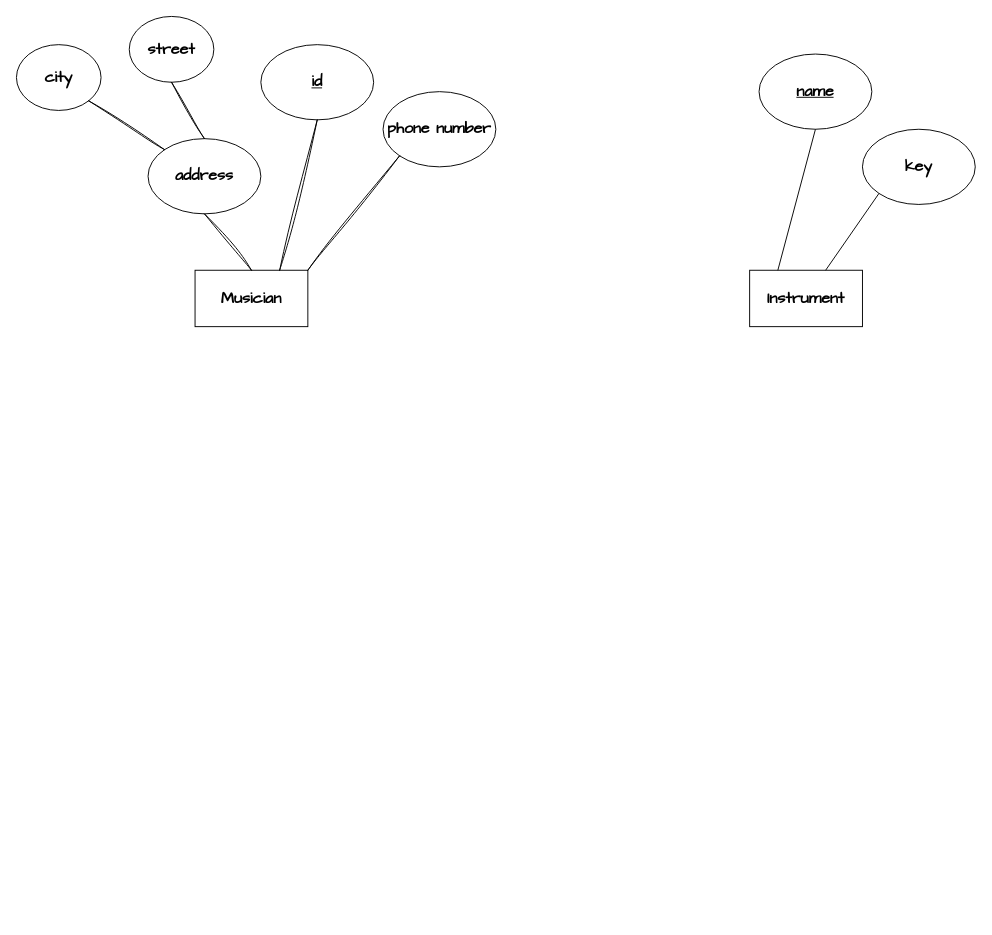
The draw.io diagram Erd2.drawio in you22ef/ERDs, before the edit. Source tidied: cells renumbered, new cells numbered last; positions are measured from the earlier drawing's top-left corner, leaving out a move shared by most shapes. Both pictures are drawn from the tidied source at 94%, with x=0, y=0 at pixel (16, 16).
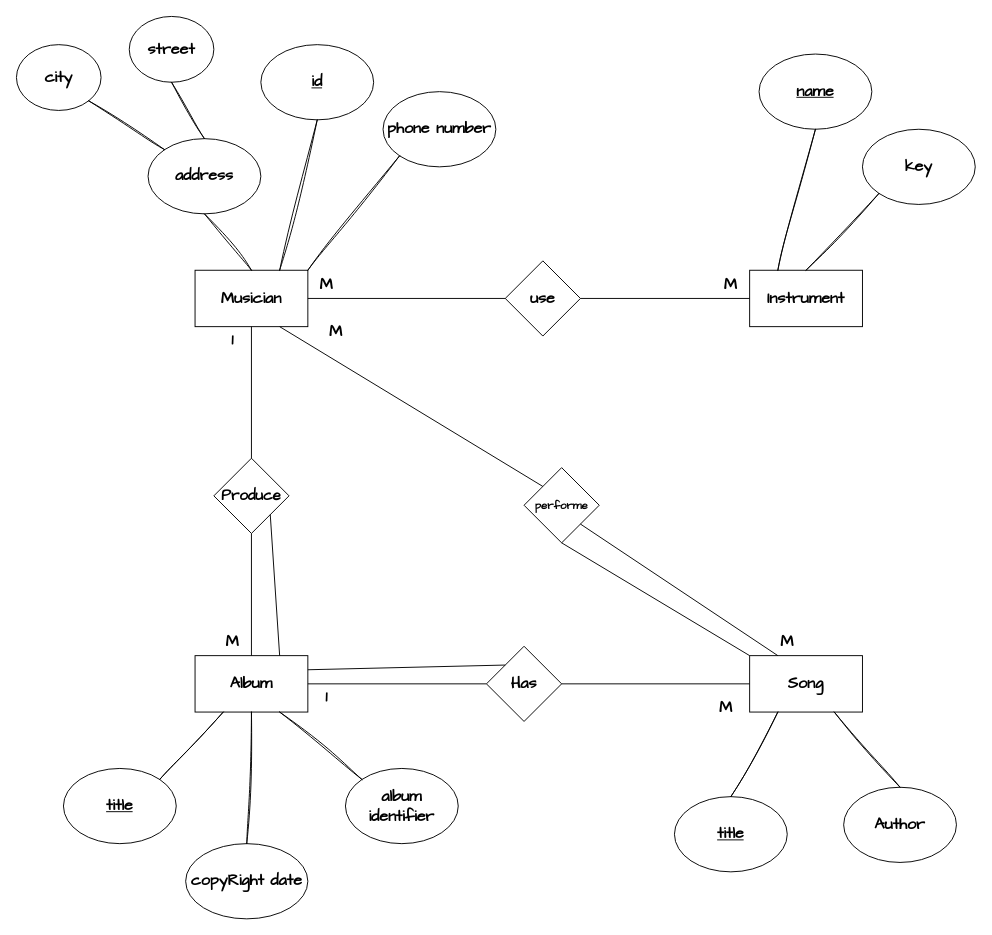
Above is the later version.

Unchanged cells that the change refers to:
```xml
<mxCell id="3" value="&lt;b style=&quot;font-family: &amp;quot;Architects Daughter&amp;quot;; font-size: 17px; white-space-collapse: preserve;&quot;&gt;Musician&lt;/b&gt;" style="rounded=0;whiteSpace=wrap;html=1;" parent="1" vertex="1">
  <mxGeometry x="190" y="270" width="120" height="60" as="geometry" />
</mxCell>
<mxCell id="13" value="&lt;b style=&quot;font-family: &amp;quot;Architects Daughter&amp;quot;; font-size: 17px; white-space-collapse: preserve;&quot;&gt;Instrument&lt;/b&gt;" style="rounded=0;whiteSpace=wrap;html=1;" parent="1" vertex="1">
  <mxGeometry x="780" y="270" width="120" height="60" as="geometry" />
</mxCell>
<mxCell id="14" value="&lt;span id=&quot;docs-internal-guid-82c6cc08-7fff-a99c-3e81-df709c26ebbc&quot;&gt;&lt;span style=&quot;background-color: transparent; font-variant-numeric: normal; font-variant-east-asian: normal; font-variant-alternates: normal; font-variant-position: normal; vertical-align: baseline; white-space-collapse: preserve;&quot;&gt;&lt;font face=&quot;Architects Daughter&quot; style=&quot;font-size: 17px;&quot;&gt;&lt;b&gt;key&lt;/b&gt;&lt;/font&gt;&lt;/span&gt;&lt;/span&gt;" style="ellipse;whiteSpace=wrap;html=1;" parent="1" vertex="1">
  <mxGeometry x="900" y="120" width="120" height="80" as="geometry" />
</mxCell>
<mxCell id="15" value="&lt;font face=&quot;Architects Daughter&quot; style=&quot;font-size: 17px;&quot;&gt;&lt;b&gt;&lt;u&gt;name&lt;/u&gt;&lt;/b&gt;&lt;/font&gt;" style="ellipse;whiteSpace=wrap;html=1;" parent="1" vertex="1">
  <mxGeometry x="790" y="40" width="120" height="80" as="geometry" />
</mxCell>
```

Change to the diagram source:
```diff
@@
-    <mxCell id="16" style="endArrow=none;html=1;rounded=0;entryX=0.5;entryY=1;entryDx=0;entryDy=0;exitX=0.25;exitY=0;exitDx=0;exitDy=0;" parent="1" edge="1" source="13" target="15">
+    <mxCell id="16" style="endArrow=none;html=1;rounded=0;entryX=0.5;entryY=1;entryDx=0;entryDy=0;exitX=0.25;exitY=0;exitDx=0;exitDy=0;sketch=1;curveFitting=1;jiggle=2;" parent="1" edge="1" source="13" target="15">
       <mxGeometry relative="1" as="geometry" />
     </mxCell>
-    <mxCell id="17" style="endArrow=none;html=1;rounded=0;entryX=0;entryY=1;entryDx=0;entryDy=0;" parent="1" edge="1" source="13" target="14">
+    <mxCell id="17" style="endArrow=none;html=1;rounded=0;entryX=0;entryY=1;entryDx=0;entryDy=0;exitX=0.5;exitY=0;exitDx=0;exitDy=0;sketch=1;curveFitting=1;jiggle=2;" parent="1" edge="1" source="13" target="14">
       <mxGeometry relative="1" as="geometry" />
     </mxCell>
+    <mxCell id="18" value="&lt;font style=&quot;font-size: 17px;&quot; face=&quot;Architects Daughter&quot;&gt;&lt;b&gt;use&lt;/b&gt;&lt;/font&gt;" style="rhombus;whiteSpace=wrap;html=1;" parent="1" vertex="1">
+      <mxGeometry x="520" y="260" width="80" height="80" as="geometry" />
+    </mxCell>
+    <mxCell id="19" style="endArrow=none;html=1;rounded=0;entryX=1;entryY=0.5;entryDx=0;entryDy=0;exitX=0;exitY=0.5;exitDx=0;exitDy=0;" parent="1" edge="1" source="18" target="3">
+      <mxGeometry relative="1" as="geometry" />
+    </mxCell>
+    <mxCell id="20" style="endArrow=none;html=1;rounded=0;entryX=1;entryY=0.5;entryDx=0;entryDy=0;exitX=0;exitY=0.5;exitDx=0;exitDy=0;" parent="1" edge="1" source="13" target="18">
+      <mxGeometry relative="1" as="geometry" />
+    </mxCell>
+    <mxCell id="21" value="&lt;font size=&quot;1&quot; face=&quot;Architects Daughter&quot;&gt;&lt;b style=&quot;font-size: 16px;&quot;&gt;Produce&lt;/b&gt;&lt;/font&gt;" style="rhombus;whiteSpace=wrap;html=1;" parent="1" vertex="1">
+      <mxGeometry x="210" y="470" width="80" height="80" as="geometry" />
+    </mxCell>
+    <mxCell id="22" style="endArrow=none;html=1;rounded=0;entryX=0.5;entryY=1;entryDx=0;entryDy=0;exitX=0.5;exitY=0;exitDx=0;exitDy=0;" parent="1" edge="1" source="21" target="3">
+      <mxGeometry relative="1" as="geometry" />
+    </mxCell>
+    <mxCell id="23" value="&lt;b style=&quot;font-family: &amp;quot;Architects Daughter&amp;quot;; font-size: 17px; white-space-collapse: preserve;&quot;&gt;Album&lt;/b&gt;" style="rounded=0;whiteSpace=wrap;html=1;" parent="1" vertex="1">
+      <mxGeometry x="190" y="680" width="120" height="60" as="geometry" />
+    </mxCell>
+    <mxCell id="24" style="endArrow=none;html=1;rounded=0;entryX=0.5;entryY=1;entryDx=0;entryDy=0;exitX=0.5;exitY=0;exitDx=0;exitDy=0;" parent="1" edge="1" source="23" target="21">
+      <mxGeometry relative="1" as="geometry" />
+    </mxCell>
+    <mxCell id="25" value="&lt;span id=&quot;docs-internal-guid-b02465c9-7fff-04e4-41f6-fbca4afa2017&quot;&gt;&lt;span style=&quot;background-color: transparent; font-variant-numeric: normal; font-variant-east-asian: normal; font-variant-alternates: normal; font-variant-position: normal; vertical-align: baseline; white-space-collapse: preserve;&quot;&gt;&lt;font style=&quot;font-size: 17px;&quot; face=&quot;Architects Daughter&quot;&gt;&lt;b&gt;&lt;u&gt;title&lt;/u&gt;&lt;/b&gt;&lt;/font&gt;&lt;/span&gt;&lt;/span&gt;" style="ellipse;whiteSpace=wrap;html=1;" parent="1" vertex="1">
+      <mxGeometry x="50" y="800" width="120" height="80" as="geometry" />
+    </mxCell>
+    <mxCell id="26" value="&lt;span id=&quot;docs-internal-guid-b02465c9-7fff-04e4-41f6-fbca4afa2017&quot;&gt;&lt;span style=&quot;background-color: transparent; font-variant-numeric: normal; font-variant-east-asian: normal; font-variant-alternates: normal; font-variant-position: normal; vertical-align: baseline; white-space-collapse: preserve;&quot;&gt;&lt;font style=&quot;font-size: 17px;&quot; face=&quot;Architects Daughter&quot;&gt;&lt;b&gt;copyRight date&lt;/b&gt;&lt;/font&gt;&lt;/span&gt;&lt;/span&gt;" style="ellipse;whiteSpace=wrap;html=1;" parent="1" vertex="1">
+      <mxGeometry x="180" y="880" width="130" height="80" as="geometry" />
+    </mxCell>
+    <mxCell id="27" value="&lt;span id=&quot;docs-internal-guid-82c6cc08-7fff-a99c-3e81-df709c26ebbc&quot;&gt;&lt;span style=&quot;background-color: transparent; font-variant-numeric: normal; font-variant-east-asian: normal; font-variant-alternates: normal; font-variant-position: normal; vertical-align: baseline; white-space-collapse: preserve;&quot;&gt;&lt;font face=&quot;Architects Daughter&quot; style=&quot;font-size: 17px;&quot;&gt;&lt;b&gt;album identifier&lt;/b&gt;&lt;/font&gt;&lt;/span&gt;&lt;/span&gt;" style="ellipse;whiteSpace=wrap;html=1;" parent="1" vertex="1">
+      <mxGeometry x="350" y="800" width="120" height="80" as="geometry" />
+    </mxCell>
+    <mxCell id="28" style="endArrow=none;html=1;rounded=0;entryX=0.25;entryY=1;entryDx=0;entryDy=0;exitX=1;exitY=0;exitDx=0;exitDy=0;sketch=1;curveFitting=1;jiggle=2;" parent="1" edge="1" source="25" target="23">
+      <mxGeometry relative="1" as="geometry" />
+    </mxCell>
+    <mxCell id="29" style="endArrow=none;html=1;rounded=0;exitX=0.5;exitY=0;exitDx=0;exitDy=0;entryX=0.5;entryY=1;entryDx=0;entryDy=0;sketch=1;curveFitting=1;jiggle=2;" parent="1" edge="1" source="26" target="23">
+      <mxGeometry relative="1" as="geometry" />
+    </mxCell>
+    <mxCell id="30" style="endArrow=none;html=1;rounded=0;entryX=0.75;entryY=1;entryDx=0;entryDy=0;exitX=0;exitY=0;exitDx=0;exitDy=0;sketch=1;curveFitting=1;jiggle=2;" parent="1" edge="1" source="27" target="23">
+      <mxGeometry relative="1" as="geometry" />
+    </mxCell>
+    <mxCell id="31" style="endArrow=none;html=1;rounded=0;entryX=1;entryY=1;entryDx=0;entryDy=0;exitX=0.75;exitY=0;exitDx=0;exitDy=0;" parent="1" edge="1" source="23" target="21">
+      <mxGeometry relative="1" as="geometry" />
+    </mxCell>
+    <mxCell id="32" value="&lt;font size=&quot;1&quot; face=&quot;Architects Daughter&quot;&gt;&lt;b style=&quot;font-size: 17px;&quot;&gt;M&lt;/b&gt;&lt;/font&gt;" style="text;html=1;align=center;verticalAlign=middle;whiteSpace=wrap;rounded=0;" parent="1" vertex="1">
+      <mxGeometry x="200" y="650" width="60" height="30" as="geometry" />
+    </mxCell>
+    <mxCell id="33" value="&lt;font size=&quot;1&quot; face=&quot;Architects Daughter&quot;&gt;&lt;b style=&quot;font-size: 17px;&quot;&gt;1&lt;/b&gt;&lt;/font&gt;" style="text;html=1;align=center;verticalAlign=middle;whiteSpace=wrap;rounded=0;" parent="1" vertex="1">
+      <mxGeometry x="200" y="330" width="60" height="30" as="geometry" />
+    </mxCell>
+    <mxCell id="34" value="&lt;font size=&quot;1&quot; face=&quot;Architects Daughter&quot;&gt;&lt;b style=&quot;font-size: 17px;&quot;&gt;M&lt;/b&gt;&lt;/font&gt;" style="text;html=1;align=center;verticalAlign=middle;whiteSpace=wrap;rounded=0;" parent="1" vertex="1">
+      <mxGeometry x="300" y="270" width="60" height="30" as="geometry" />
+    </mxCell>
+    <mxCell id="35" value="&lt;font size=&quot;1&quot; face=&quot;Architects Daughter&quot;&gt;&lt;b style=&quot;font-size: 17px;&quot;&gt;M&lt;/b&gt;&lt;/font&gt;" style="text;html=1;align=center;verticalAlign=middle;whiteSpace=wrap;rounded=0;" parent="1" vertex="1">
+      <mxGeometry x="730" y="270" width="60" height="30" as="geometry" />
+    </mxCell>
+    <mxCell id="36" value="&lt;span id=&quot;docs-internal-guid-22bc538e-7fff-5e67-2411-076304533613&quot;&gt;&lt;span style=&quot;background-color: transparent; font-variant-numeric: normal; font-variant-east-asian: normal; font-variant-alternates: normal; font-variant-position: normal; vertical-align: baseline; white-space-collapse: preserve;&quot;&gt;&lt;font face=&quot;Architects Daughter&quot; style=&quot;font-size: 12px;&quot;&gt;&lt;b&gt;performe&lt;/b&gt;&lt;/font&gt;&lt;/span&gt;&lt;/span&gt;" style="rhombus;whiteSpace=wrap;html=1;" parent="1" vertex="1">
+      <mxGeometry x="540" y="480" width="80" height="80" as="geometry" />
+    </mxCell>
+    <mxCell id="37" style="endArrow=none;html=1;rounded=0;entryX=0;entryY=0;entryDx=0;entryDy=0;exitX=0.75;exitY=1;exitDx=0;exitDy=0;" parent="1" edge="1" source="3" target="36">
+      <mxGeometry relative="1" as="geometry" />
+    </mxCell>
+    <mxCell id="38" value="&lt;font face=&quot;Architects Daughter&quot;&gt;&lt;span style=&quot;font-size: 17px; white-space-collapse: preserve;&quot;&gt;&lt;b&gt;Song&lt;/b&gt;&lt;/span&gt;&lt;/font&gt;" style="rounded=0;whiteSpace=wrap;html=1;" parent="1" vertex="1">
+      <mxGeometry x="780" y="680" width="120" height="60" as="geometry" />
+    </mxCell>
+    <mxCell id="39" style="endArrow=none;html=1;rounded=0;entryX=1;entryY=1;entryDx=0;entryDy=0;exitX=0.25;exitY=0;exitDx=0;exitDy=0;" parent="1" edge="1" source="38" target="36">
+      <mxGeometry relative="1" as="geometry" />
+    </mxCell>
+    <mxCell id="40" value="&lt;font size=&quot;1&quot; face=&quot;Architects Daughter&quot;&gt;&lt;b style=&quot;font-size: 17px;&quot;&gt;M&lt;/b&gt;&lt;/font&gt;" style="text;html=1;align=center;verticalAlign=middle;whiteSpace=wrap;rounded=0;" parent="1" vertex="1">
+      <mxGeometry x="310" y="320" width="60" height="30" as="geometry" />
+    </mxCell>
+    <mxCell id="41" value="&lt;font size=&quot;1&quot; face=&quot;Architects Daughter&quot;&gt;&lt;b style=&quot;font-size: 17px;&quot;&gt;M&lt;/b&gt;&lt;/font&gt;" style="text;html=1;align=center;verticalAlign=middle;whiteSpace=wrap;rounded=0;" parent="1" vertex="1">
+      <mxGeometry x="790" y="650" width="60" height="30" as="geometry" />
+    </mxCell>
+    <mxCell id="42" style="endArrow=none;html=1;rounded=0;entryX=0.5;entryY=1;entryDx=0;entryDy=0;exitX=0;exitY=0;exitDx=0;exitDy=0;" parent="1" edge="1" source="38" target="36">
+      <mxGeometry relative="1" as="geometry" />
+    </mxCell>
+    <mxCell id="43" value="&lt;font face=&quot;Architects Daughter&quot; style=&quot;font-size: 17px;&quot;&gt;&lt;b&gt;Has&lt;/b&gt;&lt;/font&gt;" style="rhombus;whiteSpace=wrap;html=1;" parent="1" vertex="1">
+      <mxGeometry x="500" y="670" width="80" height="80" as="geometry" />
+    </mxCell>
+    <mxCell id="44" style="endArrow=none;html=1;rounded=0;entryX=1;entryY=0.5;entryDx=0;entryDy=0;exitX=0;exitY=0.5;exitDx=0;exitDy=0;" parent="1" edge="1" source="43" target="23">
+      <mxGeometry relative="1" as="geometry" />
+    </mxCell>
+    <mxCell id="45" style="endArrow=none;html=1;rounded=0;entryX=1;entryY=0.5;entryDx=0;entryDy=0;exitX=0;exitY=0.5;exitDx=0;exitDy=0;" parent="1" edge="1" source="38" target="43">
+      <mxGeometry relative="1" as="geometry" />
+    </mxCell>
+    <mxCell id="46" style="endArrow=none;html=1;rounded=0;exitX=1;exitY=0.25;exitDx=0;exitDy=0;entryX=0;entryY=0;entryDx=0;entryDy=0;" parent="1" edge="1" source="23" target="43">
+      <mxGeometry relative="1" as="geometry" />
+    </mxCell>
+    <mxCell id="47" value="&lt;span id=&quot;docs-internal-guid-82c6cc08-7fff-a99c-3e81-df709c26ebbc&quot;&gt;&lt;span style=&quot;background-color: transparent; font-variant-numeric: normal; font-variant-east-asian: normal; font-variant-alternates: normal; font-variant-position: normal; vertical-align: baseline; white-space-collapse: preserve;&quot;&gt;&lt;font face=&quot;Architects Daughter&quot; style=&quot;font-size: 17px;&quot;&gt;&lt;b&gt;Author&lt;/b&gt;&lt;/font&gt;&lt;/span&gt;&lt;/span&gt;" style="ellipse;whiteSpace=wrap;html=1;" parent="1" vertex="1">
+      <mxGeometry x="880" y="820" width="120" height="80" as="geometry" />
+    </mxCell>
+    <mxCell id="48" value="&lt;span id=&quot;docs-internal-guid-b02465c9-7fff-04e4-41f6-fbca4afa2017&quot;&gt;&lt;span style=&quot;background-color: transparent; font-variant-numeric: normal; font-variant-east-asian: normal; font-variant-alternates: normal; font-variant-position: normal; vertical-align: baseline; white-space-collapse: preserve;&quot;&gt;&lt;font style=&quot;font-size: 17px;&quot; face=&quot;Architects Daughter&quot;&gt;&lt;b&gt;&lt;u&gt;title&lt;/u&gt;&lt;/b&gt;&lt;/font&gt;&lt;/span&gt;&lt;/span&gt;" style="ellipse;whiteSpace=wrap;html=1;" parent="1" vertex="1">
+      <mxGeometry x="700" y="830" width="120" height="80" as="geometry" />
+    </mxCell>
+    <mxCell id="49" style="endArrow=none;html=1;rounded=0;entryX=0.25;entryY=1;entryDx=0;entryDy=0;exitX=0.5;exitY=0;exitDx=0;exitDy=0;sketch=1;curveFitting=1;jiggle=2;" parent="1" edge="1" source="48" target="38">
+      <mxGeometry relative="1" as="geometry" />
+    </mxCell>
+    <mxCell id="50" style="endArrow=none;html=1;rounded=0;entryX=0.75;entryY=1;entryDx=0;entryDy=0;exitX=0.5;exitY=0;exitDx=0;exitDy=0;sketch=1;curveFitting=1;jiggle=2;" parent="1" edge="1" source="47" target="38">
+      <mxGeometry relative="1" as="geometry" />
+    </mxCell>
+    <mxCell id="51" value="&lt;font size=&quot;1&quot; face=&quot;Architects Daughter&quot;&gt;&lt;b style=&quot;font-size: 17px;&quot;&gt;1&lt;/b&gt;&lt;/font&gt;" style="text;html=1;align=center;verticalAlign=middle;whiteSpace=wrap;rounded=0;" parent="1" vertex="1">
+      <mxGeometry x="300" y="710" width="60" height="30" as="geometry" />
+    </mxCell>
+    <mxCell id="52" value="&lt;font size=&quot;1&quot; face=&quot;Architects Daughter&quot;&gt;&lt;b style=&quot;font-size: 17px;&quot;&gt;M&lt;/b&gt;&lt;/font&gt;" style="text;html=1;align=center;verticalAlign=middle;whiteSpace=wrap;rounded=0;" parent="1" vertex="1">
+      <mxGeometry x="725" y="720" width="60" height="30" as="geometry" />
+    </mxCell>
```
